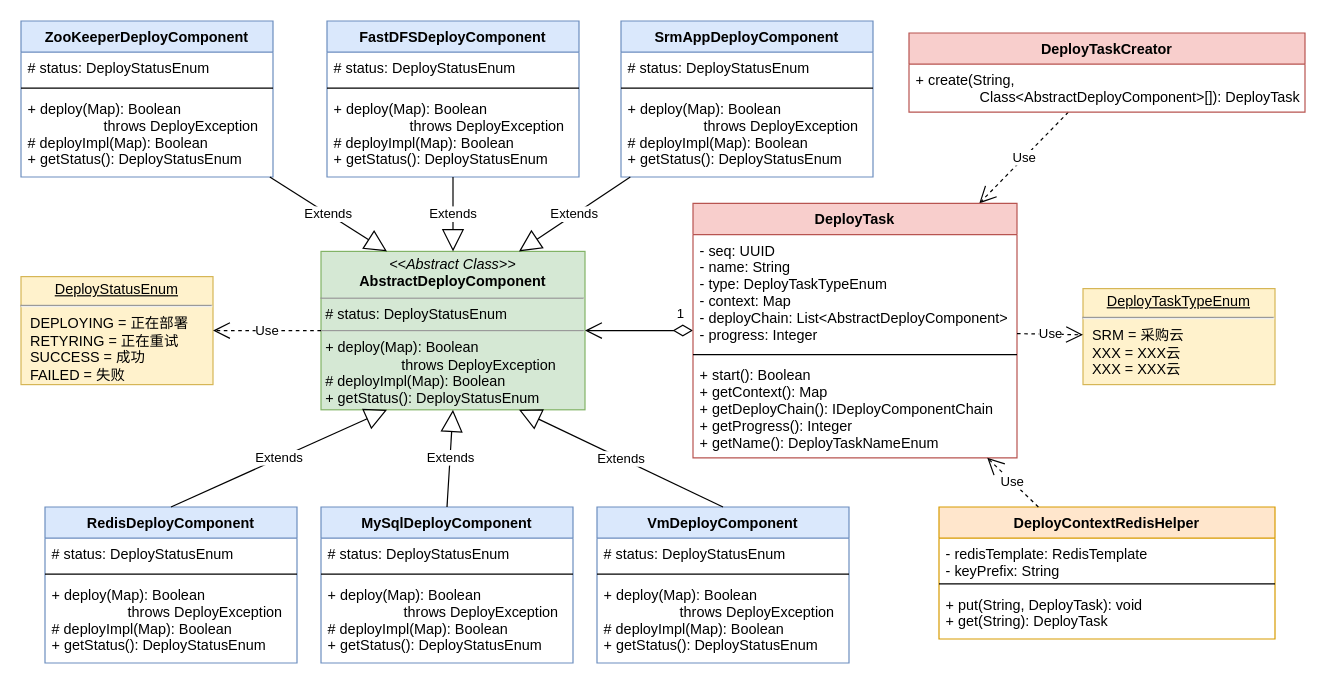
Earlier version of the draw.io diagram page "类图" (1 of 3) of SAAS自动部署.drawio (iceAcmen/myDesign). Source tidied: cells renumbered, new cells numbered last; positions are measured from the earlier drawing's top-left corner, leaving out a move shared by most shapes. Both pictures are drawn from the tidied source at 120%, with x=0, y=0 at pixel (20, 20).
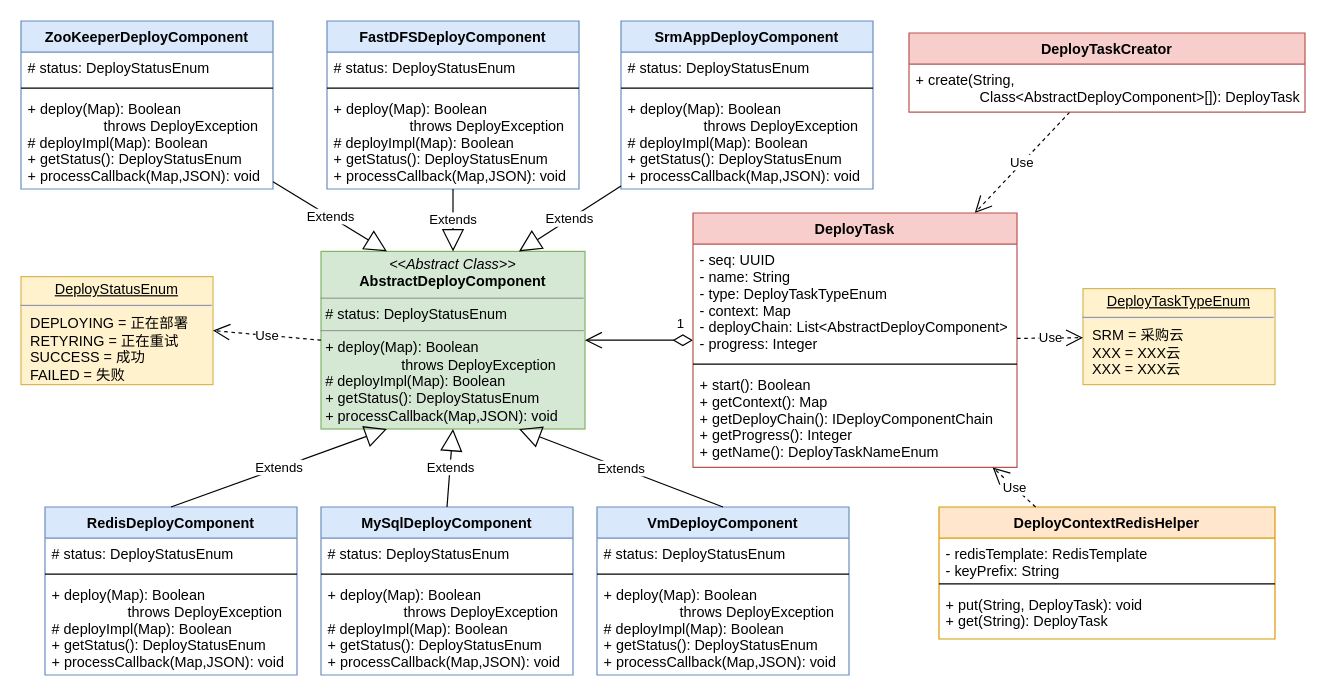
Above is the later version.

What changed in the source:
```diff
@@
-    <mxCell id="2" value="&lt;p style=&quot;margin: 0px ; margin-top: 4px ; text-align: center&quot;&gt;&lt;i&gt;&amp;lt;&amp;lt;Abstract Class&amp;gt;&amp;gt;&lt;/i&gt;&lt;br&gt;&lt;b&gt;AbstractDeployComponent&lt;/b&gt;&lt;br&gt;&lt;/p&gt;&lt;hr size=&quot;1&quot;&gt;&lt;p style=&quot;margin: 0px ; margin-left: 4px&quot;&gt;# status: DeployStatusEnum&lt;br&gt;&lt;/p&gt;&lt;hr size=&quot;1&quot;&gt;&lt;p style=&quot;margin: 0px ; margin-left: 4px&quot;&gt;+ deploy(Map): Boolean&lt;/p&gt;&lt;p style=&quot;margin: 0px ; margin-left: 4px&quot;&gt;&amp;nbsp; &amp;nbsp; &amp;nbsp; &amp;nbsp; &amp;nbsp; &amp;nbsp; &amp;nbsp; &amp;nbsp; &amp;nbsp; &amp;nbsp;throws DeployException&lt;/p&gt;&lt;p style=&quot;margin: 0px ; margin-left: 4px&quot;&gt;# deployImpl(Map): Boolean&lt;/p&gt;&lt;p style=&quot;margin: 0px ; margin-left: 4px&quot;&gt;+ getStatus(): DeployStatusEnum&lt;/p&gt;" style="verticalAlign=top;align=left;overflow=fill;fontSize=12;fontFamily=Helvetica;html=1;fillColor=#d5e8d4;strokeColor=#82b366;" parent="1" vertex="1">
-      <mxGeometry x="250" y="192" width="220" height="132" as="geometry" />
+    <mxCell id="2" value="&lt;p style=&quot;margin: 0px ; margin-top: 4px ; text-align: center&quot;&gt;&lt;i&gt;&amp;lt;&amp;lt;Abstract Class&amp;gt;&amp;gt;&lt;/i&gt;&lt;br&gt;&lt;b&gt;AbstractDeployComponent&lt;/b&gt;&lt;br&gt;&lt;/p&gt;&lt;hr size=&quot;1&quot;&gt;&lt;p style=&quot;margin: 0px ; margin-left: 4px&quot;&gt;# status: DeployStatusEnum&lt;br&gt;&lt;/p&gt;&lt;hr size=&quot;1&quot;&gt;&lt;p style=&quot;margin: 0px ; margin-left: 4px&quot;&gt;+ deploy(Map): Boolean&lt;/p&gt;&lt;p style=&quot;margin: 0px ; margin-left: 4px&quot;&gt;&amp;nbsp; &amp;nbsp; &amp;nbsp; &amp;nbsp; &amp;nbsp; &amp;nbsp; &amp;nbsp; &amp;nbsp; &amp;nbsp; &amp;nbsp;throws DeployException&lt;/p&gt;&lt;p style=&quot;margin: 0px ; margin-left: 4px&quot;&gt;# deployImpl(Map): Boolean&lt;/p&gt;&lt;p style=&quot;margin: 0px ; margin-left: 4px&quot;&gt;+ getStatus(): DeployStatusEnum&lt;/p&gt;&lt;p style=&quot;margin: 0px ; margin-left: 4px&quot;&gt;+ processCallback(Map,JSON): void&lt;br&gt;&lt;/p&gt;" style="verticalAlign=top;align=left;overflow=fill;fontSize=12;fontFamily=Helvetica;html=1;fillColor=#d5e8d4;strokeColor=#82b366;" parent="1" vertex="1">
+      <mxGeometry x="250" y="192" width="220" height="148" as="geometry" />
     </mxCell>
     <mxCell id="3" value="VmDeployComponent" style="swimlane;fontStyle=1;align=center;verticalAlign=top;horizontal=1;startSize=26;fillColor=#dae8fc;strokeColor=#6c8ebf;" parent="1" vertex="1">
-      <mxGeometry x="480" y="405" width="210" height="130" as="geometry" />
+      <mxGeometry x="480" y="405" width="210" height="140" as="geometry" />
     </mxCell>
@@
-    <mxCell id="6" value="+ deploy(Map): Boolean&#10;                   throws DeployException&#10;# deployImpl(Map): Boolean&#10;+ getStatus(): DeployStatusEnum" style="text;strokeColor=none;fillColor=none;align=left;verticalAlign=top;spacingLeft=4;spacingRight=4;overflow=hidden;" parent="3" vertex="1">
-      <mxGeometry y="60" width="210" height="70" as="geometry" />
+    <mxCell id="6" value="+ deploy(Map): Boolean&#10;                   throws DeployException&#10;# deployImpl(Map): Boolean&#10;+ getStatus(): DeployStatusEnum&#10;+ processCallback(Map,JSON): void" style="text;strokeColor=none;fillColor=none;align=left;verticalAlign=top;spacingLeft=4;spacingRight=4;overflow=hidden;" parent="3" vertex="1">
+      <mxGeometry y="60" width="210" height="80" as="geometry" />
     </mxCell>
@@
     <mxCell id="10" value="DeployTask" style="swimlane;fontStyle=1;align=center;verticalAlign=top;horizontal=1;startSize=26;fillColor=#f8cecc;strokeColor=#b85450;" parent="1" vertex="1">
-      <mxGeometry x="560" y="152" width="270" height="212" as="geometry" />
+      <mxGeometry x="560" y="160" width="270" height="212" as="geometry" />
     </mxCell>
@@
     <mxCell id="22" value="MySqlDeployComponent" style="swimlane;fontStyle=1;align=center;verticalAlign=top;horizontal=1;startSize=26;fillColor=#dae8fc;strokeColor=#6c8ebf;" parent="1" vertex="1">
-      <mxGeometry x="250" y="405" width="210" height="130" as="geometry" />
+      <mxGeometry x="250" y="405" width="210" height="140" as="geometry" />
     </mxCell>
@@
-    <mxCell id="25" value="+ deploy(Map): Boolean&#10;                   throws DeployException&#10;# deployImpl(Map): Boolean&#10;+ getStatus(): DeployStatusEnum" style="text;strokeColor=none;fillColor=none;align=left;verticalAlign=top;spacingLeft=4;spacingRight=4;overflow=hidden;" parent="22" vertex="1">
-      <mxGeometry y="60" width="210" height="70" as="geometry" />
+    <mxCell id="25" value="+ deploy(Map): Boolean&#10;                   throws DeployException&#10;# deployImpl(Map): Boolean&#10;+ getStatus(): DeployStatusEnum&#10;+ processCallback(Map,JSON): void" style="text;strokeColor=none;fillColor=none;align=left;verticalAlign=top;spacingLeft=4;spacingRight=4;overflow=hidden;" parent="22" vertex="1">
+      <mxGeometry y="60" width="210" height="80" as="geometry" />
     </mxCell>
     <mxCell id="26" value="RedisDeployComponent" style="swimlane;fontStyle=1;align=center;verticalAlign=top;horizontal=1;startSize=26;fillColor=#dae8fc;strokeColor=#6c8ebf;" parent="1" vertex="1">
-      <mxGeometry x="20" y="405" width="210" height="130" as="geometry" />
+      <mxGeometry x="20" y="405" width="210" height="140" as="geometry" />
     </mxCell>
@@
-    <mxCell id="29" value="+ deploy(Map): Boolean&#10;                   throws DeployException&#10;# deployImpl(Map): Boolean&#10;+ getStatus(): DeployStatusEnum" style="text;strokeColor=none;fillColor=none;align=left;verticalAlign=top;spacingLeft=4;spacingRight=4;overflow=hidden;" parent="26" vertex="1">
-      <mxGeometry y="60" width="210" height="70" as="geometry" />
+    <mxCell id="29" value="+ deploy(Map): Boolean&#10;                   throws DeployException&#10;# deployImpl(Map): Boolean&#10;+ getStatus(): DeployStatusEnum&#10;+ processCallback(Map,JSON): void" style="text;strokeColor=none;fillColor=none;align=left;verticalAlign=top;spacingLeft=4;spacingRight=4;overflow=hidden;" parent="26" vertex="1">
+      <mxGeometry y="60" width="210" height="80" as="geometry" />
     </mxCell>
     <mxCell id="30" value="ZooKeeperDeployComponent" style="swimlane;fontStyle=1;align=center;verticalAlign=top;horizontal=1;startSize=26;fillColor=#dae8fc;strokeColor=#6c8ebf;" parent="1" vertex="1">
-      <mxGeometry width="210" height="130" as="geometry" />
+      <mxGeometry width="210" height="140" as="geometry" />
     </mxCell>
@@
-    <mxCell id="33" value="+ deploy(Map): Boolean&#10;                   throws DeployException&#10;# deployImpl(Map): Boolean&#10;+ getStatus(): DeployStatusEnum" style="text;strokeColor=none;fillColor=none;align=left;verticalAlign=top;spacingLeft=4;spacingRight=4;overflow=hidden;" parent="30" vertex="1">
-      <mxGeometry y="60" width="210" height="70" as="geometry" />
+    <mxCell id="33" value="+ deploy(Map): Boolean&#10;                   throws DeployException&#10;# deployImpl(Map): Boolean&#10;+ getStatus(): DeployStatusEnum&#10;+ processCallback(Map,JSON): void" style="text;strokeColor=none;fillColor=none;align=left;verticalAlign=top;spacingLeft=4;spacingRight=4;overflow=hidden;" parent="30" vertex="1">
+      <mxGeometry y="60" width="210" height="80" as="geometry" />
     </mxCell>
     <mxCell id="34" value="FastDFSDeployComponent" style="swimlane;fontStyle=1;align=center;verticalAlign=top;horizontal=1;startSize=26;fillColor=#dae8fc;strokeColor=#6c8ebf;" parent="1" vertex="1">
-      <mxGeometry x="255" width="210" height="130" as="geometry" />
+      <mxGeometry x="255" width="210" height="140" as="geometry" />
     </mxCell>
@@
-    <mxCell id="37" value="+ deploy(Map): Boolean&#10;                   throws DeployException&#10;# deployImpl(Map): Boolean&#10;+ getStatus(): DeployStatusEnum" style="text;strokeColor=none;fillColor=none;align=left;verticalAlign=top;spacingLeft=4;spacingRight=4;overflow=hidden;" parent="34" vertex="1">
-      <mxGeometry y="60" width="210" height="70" as="geometry" />
+    <mxCell id="37" value="+ deploy(Map): Boolean&#10;                   throws DeployException&#10;# deployImpl(Map): Boolean&#10;+ getStatus(): DeployStatusEnum&#10;+ processCallback(Map,JSON): void" style="text;strokeColor=none;fillColor=none;align=left;verticalAlign=top;spacingLeft=4;spacingRight=4;overflow=hidden;" parent="34" vertex="1">
+      <mxGeometry y="60" width="210" height="80" as="geometry" />
     </mxCell>
     <mxCell id="38" value="SrmAppDeployComponent" style="swimlane;fontStyle=1;align=center;verticalAlign=top;horizontal=1;startSize=26;fillColor=#dae8fc;strokeColor=#6c8ebf;" parent="1" vertex="1">
-      <mxGeometry x="500" width="210" height="130" as="geometry" />
+      <mxGeometry x="500" width="210" height="140" as="geometry" />
     </mxCell>
@@
-    <mxCell id="41" value="+ deploy(Map): Boolean&#10;                   throws DeployException&#10;# deployImpl(Map): Boolean&#10;+ getStatus(): DeployStatusEnum" style="text;strokeColor=none;fillColor=none;align=left;verticalAlign=top;spacingLeft=4;spacingRight=4;overflow=hidden;" parent="38" vertex="1">
-      <mxGeometry y="60" width="210" height="70" as="geometry" />
+    <mxCell id="41" value="+ deploy(Map): Boolean&#10;                   throws DeployException&#10;# deployImpl(Map): Boolean&#10;+ getStatus(): DeployStatusEnum&#10;+ processCallback(Map,JSON): void" style="text;strokeColor=none;fillColor=none;align=left;verticalAlign=top;spacingLeft=4;spacingRight=4;overflow=hidden;" parent="38" vertex="1">
+      <mxGeometry y="60" width="210" height="80" as="geometry" />
     </mxCell>
```
